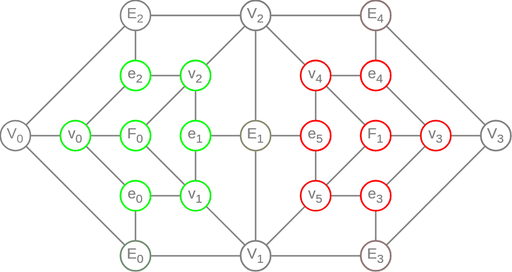
Earlier version of the draw.io export wiki/MeshGraphSharedGraphFull.svg (YoanWithY/kayo). Source tidied: cells renumbered, new cells last; positions are measured from the earlier drawing's top-left corner, leaving out a move shared by most shapes.
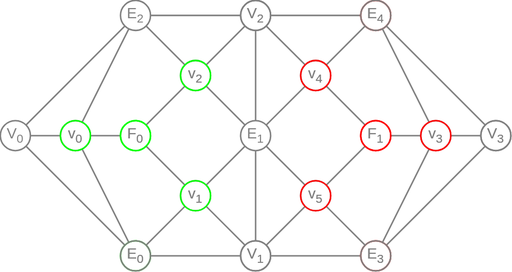
Later version of the same file.

Diff of the diagram source:
```diff
@@ -14,30 +14,21 @@
     <mxCell id="5" value="F&lt;sub style=&quot;&quot;&gt;&lt;font style=&quot;font-size: 8px;&quot;&gt;0&lt;/font&gt;&lt;/sub&gt;" style="ellipse;whiteSpace=wrap;html=1;fontSize=10;fillColor=none;strokeColor=#00FF00;fontColor=#808080;" parent="1" vertex="1">
       <mxGeometry x="80" y="80" width="20" height="20" as="geometry" />
     </mxCell>
-    <mxCell id="6" style="edgeStyle=none;shape=connector;rounded=0;html=1;labelBackgroundColor=default;strokeColor=#808080;fontFamily=Helvetica;fontSize=8;fontColor=#808080;endArrow=none;endFill=0;" parent="1" edge="1" source="9" target="54">
+    <mxCell id="6" style="edgeStyle=none;shape=connector;rounded=0;html=1;labelBackgroundColor=default;strokeColor=#808080;fontFamily=Helvetica;fontSize=8;fontColor=#808080;endArrow=none;endFill=0;" parent="1" edge="1" source="65" target="69">
       <mxGeometry relative="1" as="geometry" />
     </mxCell>
-    <mxCell id="7" style="edgeStyle=none;shape=connector;rounded=0;html=1;labelBackgroundColor=default;strokeColor=#808080;fontFamily=Helvetica;fontSize=8;fontColor=#808080;endArrow=none;endFill=0;" parent="1" edge="1" source="9" target="20">
+    <mxCell id="7" style="edgeStyle=none;shape=connector;rounded=0;html=1;labelBackgroundColor=default;strokeColor=#808080;fontFamily=Helvetica;fontSize=8;fontColor=#808080;endArrow=none;endFill=0;" parent="1" edge="1" source="65" target="20">
       <mxGeometry relative="1" as="geometry" />
     </mxCell>
-    <mxCell id="8" style="edgeStyle=none;shape=connector;rounded=0;html=1;labelBackgroundColor=default;strokeColor=#808080;fontFamily=Helvetica;fontSize=8;fontColor=#808080;endArrow=none;endFill=0;" parent="1" edge="1" source="9" target="17">
+    <mxCell id="8" style="edgeStyle=none;shape=connector;rounded=0;html=1;labelBackgroundColor=default;strokeColor=#808080;fontFamily=Helvetica;fontSize=8;fontColor=#808080;endArrow=none;endFill=0;" parent="1" edge="1" source="65" target="17">
       <mxGeometry relative="1" as="geometry" />
     </mxCell>
-    <mxCell id="9" value="E&lt;sub style=&quot;&quot;&gt;&lt;font style=&quot;font-size: 8px;&quot;&gt;1&lt;/font&gt;&lt;/sub&gt;" style="ellipse;whiteSpace=wrap;html=1;fontSize=10;fillColor=none;strokeColor=#FFFF00;fontColor=#808080;" parent="1" vertex="1">
-      <mxGeometry x="160" y="80" width="20" height="20" as="geometry" />
-    </mxCell>
-    <mxCell id="10" style="edgeStyle=none;shape=connector;rounded=0;html=1;labelBackgroundColor=default;strokeColor=#808080;fontFamily=Helvetica;fontSize=8;fontColor=#808080;endArrow=none;endFill=0;" parent="1" edge="1" source="13" target="64">
-      <mxGeometry relative="1" as="geometry" />
-    </mxCell>
-    <mxCell id="11" style="edgeStyle=none;shape=connector;rounded=0;html=1;labelBackgroundColor=default;strokeColor=#808080;fontFamily=Helvetica;fontSize=8;fontColor=#808080;endArrow=none;endFill=0;" parent="1" edge="1" source="13" target="56">
+    <mxCell id="11" style="edgeStyle=none;shape=connector;rounded=0;html=1;labelBackgroundColor=default;strokeColor=#808080;fontFamily=Helvetica;fontSize=8;fontColor=#808080;endArrow=none;endFill=0;" parent="1" edge="1" source="64" target="56">
       <mxGeometry relative="1" as="geometry" />
     </mxCell>
-    <mxCell id="12" style="edgeStyle=none;shape=connector;rounded=0;html=1;labelBackgroundColor=default;strokeColor=#808080;fontFamily=Helvetica;fontSize=8;fontColor=#808080;endArrow=none;endFill=0;" parent="1" edge="1" source="13" target="58">
+    <mxCell id="12" style="edgeStyle=none;shape=connector;rounded=0;html=1;labelBackgroundColor=default;strokeColor=#808080;fontFamily=Helvetica;fontSize=8;fontColor=#808080;endArrow=none;endFill=0;" parent="1" edge="1" source="64" target="58">
       <mxGeometry relative="1" as="geometry" />
     </mxCell>
-    <mxCell id="13" value="e&lt;sub style=&quot;&quot;&gt;&lt;font style=&quot;font-size: 8px;&quot;&gt;2&lt;/font&gt;&lt;/sub&gt;" style="ellipse;whiteSpace=wrap;html=1;fontSize=10;fillColor=none;strokeColor=#00FF00;fontColor=#808080;" parent="1" vertex="1">
-      <mxGeometry x="80" y="40" width="20" height="20" as="geometry" />
-    </mxCell>
     <mxCell id="14" style="edgeStyle=none;shape=connector;rounded=0;html=1;labelBackgroundColor=default;strokeColor=#808080;fontFamily=Helvetica;fontSize=8;fontColor=#808080;endArrow=none;endFill=0;" parent="1" edge="1" source="17" target="57">
       <mxGeometry relative="1" as="geometry" />
     </mxCell>
@@ -59,9 +50,6 @@
     <mxCell id="20" value="V&lt;sub style=&quot;&quot;&gt;&lt;font style=&quot;font-size: 8px;&quot;&gt;2&lt;/font&gt;&lt;/sub&gt;" style="ellipse;whiteSpace=wrap;html=1;fontSize=10;fillColor=none;strokeColor=#808080;fontColor=#808080;" parent="1" vertex="1">
       <mxGeometry x="160" width="20" height="20" as="geometry" />
     </mxCell>
-    <mxCell id="21" style="edgeStyle=none;shape=connector;rounded=0;html=1;labelBackgroundColor=default;strokeColor=#808080;fontFamily=Helvetica;fontSize=8;fontColor=#808080;endArrow=none;endFill=0;startArrow=none;" parent="1" edge="1" source="48" target="28">
-      <mxGeometry relative="1" as="geometry" />
-    </mxCell>
     <mxCell id="22" style="edgeStyle=none;shape=connector;rounded=1;html=1;labelBackgroundColor=default;strokeColor=#808080;fontFamily=Helvetica;fontSize=11;fontColor=default;startArrow=none;startFill=0;endArrow=none;endFill=0;" parent="1" edge="1" source="25" target="61">
       <mxGeometry relative="1" as="geometry" />
     </mxCell>
@@ -74,9 +62,6 @@
     <mxCell id="25" value="F&lt;sub style=&quot;&quot;&gt;&lt;font style=&quot;font-size: 8px;&quot;&gt;1&lt;/font&gt;&lt;/sub&gt;" style="ellipse;whiteSpace=wrap;html=1;fontSize=10;fillColor=none;strokeColor=#FF0000;fontColor=#808080;" parent="1" vertex="1">
       <mxGeometry x="240" y="80" width="20" height="20" as="geometry" />
     </mxCell>
-    <mxCell id="26" style="edgeStyle=none;shape=connector;rounded=0;html=1;labelBackgroundColor=default;strokeColor=#808080;fontFamily=Helvetica;fontSize=8;fontColor=#808080;endArrow=none;endFill=0;startArrow=none;" parent="1" edge="1" source="51" target="30">
-      <mxGeometry relative="1" as="geometry" />
-    </mxCell>
     <mxCell id="27" style="edgeStyle=none;shape=connector;rounded=0;html=1;labelBackgroundColor=default;strokeColor=#808080;fontFamily=Helvetica;fontSize=8;fontColor=#808080;endArrow=none;endFill=0;" parent="1" edge="1" source="28" target="32">
       <mxGeometry relative="1" as="geometry" />
     </mxCell>
@@ -95,30 +80,18 @@
     <mxCell id="32" value="V&lt;sub style=&quot;&quot;&gt;&lt;font style=&quot;font-size: 8px;&quot;&gt;3&lt;/font&gt;&lt;/sub&gt;" style="ellipse;whiteSpace=wrap;html=1;fontSize=10;fillColor=none;strokeColor=#808080;fontColor=#808080;" parent="1" vertex="1">
       <mxGeometry x="320" y="80" width="20" height="20" as="geometry" />
     </mxCell>
-    <mxCell id="33" style="edgeStyle=none;shape=connector;rounded=0;html=1;labelBackgroundColor=default;strokeColor=#808080;fontFamily=Helvetica;fontSize=8;fontColor=#808080;endArrow=none;endFill=0;" parent="1" edge="1" source="36" target="43">
-      <mxGeometry relative="1" as="geometry" />
-    </mxCell>
-    <mxCell id="34" style="edgeStyle=none;shape=connector;rounded=0;html=1;labelBackgroundColor=default;strokeColor=#808080;fontFamily=Helvetica;fontSize=8;fontColor=#808080;endArrow=none;endFill=0;" parent="1" edge="1" source="36" target="56">
+    <mxCell id="34" style="edgeStyle=none;shape=connector;rounded=0;html=1;labelBackgroundColor=default;strokeColor=#808080;fontFamily=Helvetica;fontSize=8;fontColor=#808080;endArrow=none;endFill=0;" parent="1" edge="1" source="82" target="56">
       <mxGeometry relative="1" as="geometry" />
     </mxCell>
-    <mxCell id="35" style="edgeStyle=none;shape=connector;rounded=0;html=1;labelBackgroundColor=default;strokeColor=#808080;fontFamily=Helvetica;fontSize=8;fontColor=#808080;endArrow=none;endFill=0;" parent="1" edge="1" source="36" target="57">
+    <mxCell id="35" style="edgeStyle=none;shape=connector;rounded=0;html=1;labelBackgroundColor=default;strokeColor=#808080;fontFamily=Helvetica;fontSize=8;fontColor=#808080;endArrow=none;endFill=0;" parent="1" edge="1" source="82" target="57">
       <mxGeometry relative="1" as="geometry" />
     </mxCell>
-    <mxCell id="36" value="e&lt;sub style=&quot;&quot;&gt;&lt;font style=&quot;font-size: 8px;&quot;&gt;0&lt;/font&gt;&lt;/sub&gt;" style="ellipse;whiteSpace=wrap;html=1;fontSize=10;fillColor=none;strokeColor=#00FF00;fontColor=#808080;" parent="1" vertex="1">
-      <mxGeometry x="80" y="120" width="20" height="20" as="geometry" />
-    </mxCell>
-    <mxCell id="37" style="edgeStyle=none;shape=connector;rounded=0;html=1;labelBackgroundColor=default;strokeColor=#808080;fontFamily=Helvetica;fontSize=8;fontColor=#808080;endArrow=none;endFill=0;" parent="1" edge="1" source="40" target="57">
+    <mxCell id="37" style="edgeStyle=none;shape=connector;rounded=0;html=1;labelBackgroundColor=default;strokeColor=#808080;fontFamily=Helvetica;fontSize=8;fontColor=#808080;endArrow=none;endFill=0;" parent="1" edge="1" source="65" target="57">
       <mxGeometry relative="1" as="geometry" />
     </mxCell>
-    <mxCell id="38" style="edgeStyle=none;shape=connector;rounded=0;html=1;labelBackgroundColor=default;strokeColor=#808080;fontFamily=Helvetica;fontSize=8;fontColor=#808080;endArrow=none;endFill=0;" parent="1" edge="1" source="40" target="58">
-      <mxGeometry relative="1" as="geometry" />
-    </mxCell>
-    <mxCell id="39" style="edgeStyle=none;shape=connector;rounded=1;html=1;entryX=0;entryY=0.5;entryDx=0;entryDy=0;labelBackgroundColor=default;strokeColor=#808080;fontFamily=Helvetica;fontSize=11;fontColor=default;startArrow=none;startFill=0;endArrow=none;endFill=0;" parent="1" edge="1" source="40" target="9">
+    <mxCell id="39" style="edgeStyle=none;shape=connector;rounded=1;html=1;labelBackgroundColor=default;strokeColor=#808080;fontFamily=Helvetica;fontSize=11;fontColor=default;startArrow=none;startFill=0;endArrow=none;endFill=0;" parent="1" edge="1" source="67" target="65">
       <mxGeometry relative="1" as="geometry" />
     </mxCell>
-    <mxCell id="40" value="e&lt;sub style=&quot;&quot;&gt;&lt;font style=&quot;font-size: 8px;&quot;&gt;1&lt;/font&gt;&lt;/sub&gt;" style="ellipse;whiteSpace=wrap;html=1;fontSize=10;fillColor=none;strokeColor=#00FF00;fontColor=#808080;" parent="1" vertex="1">
-      <mxGeometry x="120" y="80" width="20" height="20" as="geometry" />
-    </mxCell>
     <mxCell id="41" style="edgeStyle=none;shape=connector;rounded=0;html=1;labelBackgroundColor=default;strokeColor=#808080;fontFamily=Helvetica;fontSize=8;fontColor=#808080;endArrow=none;endFill=0;" parent="1" edge="1" source="43" target="17">
       <mxGeometry relative="1" as="geometry" />
     </mxCell>
@@ -134,33 +107,21 @@
     <mxCell id="45" style="edgeStyle=none;shape=connector;rounded=0;html=1;labelBackgroundColor=default;strokeColor=#808080;fontFamily=Helvetica;fontSize=8;fontColor=#808080;endArrow=none;endFill=0;" parent="1" edge="1" source="64" target="20">
       <mxGeometry relative="1" as="geometry" />
     </mxCell>
-    <mxCell id="46" style="edgeStyle=none;shape=connector;rounded=0;html=1;labelBackgroundColor=default;strokeColor=#808080;fontFamily=Helvetica;fontSize=8;fontColor=#808080;endArrow=none;endFill=0;" parent="1" edge="1" source="48" target="60">
+    <mxCell id="46" style="edgeStyle=none;shape=connector;rounded=0;html=1;labelBackgroundColor=default;strokeColor=#808080;fontFamily=Helvetica;fontSize=8;fontColor=#808080;endArrow=none;endFill=0;" parent="1" edge="1" source="79" target="60">
       <mxGeometry relative="1" as="geometry" />
     </mxCell>
-    <mxCell id="47" style="edgeStyle=none;shape=connector;rounded=0;html=1;labelBackgroundColor=default;strokeColor=#808080;fontFamily=Helvetica;fontSize=8;fontColor=#808080;endArrow=none;endFill=0;" parent="1" edge="1" source="48" target="62">
+    <mxCell id="47" style="edgeStyle=none;shape=connector;rounded=0;html=1;labelBackgroundColor=default;strokeColor=#808080;fontFamily=Helvetica;fontSize=8;fontColor=#808080;endArrow=none;endFill=0;" parent="1" edge="1" source="79" target="62">
       <mxGeometry relative="1" as="geometry" />
     </mxCell>
-    <mxCell id="48" value="e&lt;sub style=&quot;&quot;&gt;&lt;font style=&quot;font-size: 8px;&quot;&gt;3&lt;/font&gt;&lt;/sub&gt;" style="ellipse;whiteSpace=wrap;html=1;fontSize=10;fillColor=none;strokeColor=#FF0000;fontColor=#808080;" parent="1" vertex="1">
-      <mxGeometry x="240" y="120" width="20" height="20" as="geometry" />
-    </mxCell>
-    <mxCell id="49" style="edgeStyle=none;shape=connector;rounded=0;html=1;labelBackgroundColor=default;strokeColor=#808080;fontFamily=Helvetica;fontSize=8;fontColor=#808080;endArrow=none;endFill=0;" parent="1" edge="1" source="51" target="60">
+    <mxCell id="49" style="edgeStyle=none;shape=connector;rounded=0;html=1;labelBackgroundColor=default;strokeColor=#808080;fontFamily=Helvetica;fontSize=8;fontColor=#808080;endArrow=none;endFill=0;" parent="1" edge="1" source="73" target="60">
       <mxGeometry relative="1" as="geometry" />
     </mxCell>
-    <mxCell id="50" style="edgeStyle=none;shape=connector;rounded=0;html=1;labelBackgroundColor=default;strokeColor=#808080;fontFamily=Helvetica;fontSize=8;fontColor=#808080;endArrow=none;endFill=0;" parent="1" edge="1" source="51" target="61">
+    <mxCell id="50" style="edgeStyle=none;shape=connector;rounded=0;html=1;labelBackgroundColor=default;strokeColor=#808080;fontFamily=Helvetica;fontSize=8;fontColor=#808080;endArrow=none;endFill=0;" parent="1" edge="1" source="73" target="61">
       <mxGeometry relative="1" as="geometry" />
     </mxCell>
-    <mxCell id="51" value="e&lt;sub style=&quot;&quot;&gt;&lt;font style=&quot;font-size: 8px;&quot;&gt;4&lt;/font&gt;&lt;/sub&gt;" style="ellipse;whiteSpace=wrap;html=1;fontSize=10;fillColor=none;strokeColor=#FF0000;fontColor=#808080;" parent="1" vertex="1">
-      <mxGeometry x="240" y="40" width="20" height="20" as="geometry" />
-    </mxCell>
-    <mxCell id="52" style="edgeStyle=none;shape=connector;rounded=0;html=1;labelBackgroundColor=default;strokeColor=#808080;fontFamily=Helvetica;fontSize=8;fontColor=#808080;endArrow=none;endFill=0;" parent="1" edge="1" source="54" target="62">
+    <mxCell id="52" style="edgeStyle=none;shape=connector;rounded=0;html=1;labelBackgroundColor=default;strokeColor=#808080;fontFamily=Helvetica;fontSize=8;fontColor=#808080;endArrow=none;endFill=0;" parent="1" edge="1" source="65" target="62">
       <mxGeometry relative="1" as="geometry" />
     </mxCell>
-    <mxCell id="53" style="edgeStyle=none;shape=connector;rounded=0;html=1;labelBackgroundColor=default;strokeColor=#808080;fontFamily=Helvetica;fontSize=8;fontColor=#808080;endArrow=none;endFill=0;" parent="1" edge="1" source="54" target="61">
-      <mxGeometry relative="1" as="geometry" />
-    </mxCell>
-    <mxCell id="54" value="e&lt;sub style=&quot;&quot;&gt;&lt;font style=&quot;font-size: 8px;&quot;&gt;5&lt;/font&gt;&lt;/sub&gt;" style="ellipse;whiteSpace=wrap;html=1;fontSize=10;fillColor=none;strokeColor=#FF0000;fontColor=#808080;" parent="1" vertex="1">
-      <mxGeometry x="200" y="80" width="20" height="20" as="geometry" />
-    </mxCell>
     <mxCell id="55" style="edgeStyle=none;shape=connector;rounded=0;html=1;labelBackgroundColor=default;strokeColor=#808080;fontFamily=Helvetica;fontSize=8;fontColor=#808080;endArrow=none;endFill=0;" parent="1" edge="1" source="56" target="63">
       <mxGeometry relative="1" as="geometry" />
     </mxCell>
@@ -194,9 +155,6 @@
     <mxCell id="65" value="E&lt;sub style=&quot;&quot;&gt;&lt;font style=&quot;font-size: 8px;&quot;&gt;1&lt;/font&gt;&lt;/sub&gt;" style="ellipse;whiteSpace=wrap;html=1;fontSize=10;fillColor=none;strokeColor=#808080;fontColor=#808080;" parent="1" vertex="1">
       <mxGeometry x="160" y="80" width="20" height="20" as="geometry" />
     </mxCell>
-    <mxCell id="66" value="e&lt;sub style=&quot;&quot;&gt;&lt;font style=&quot;font-size: 8px;&quot;&gt;1&lt;/font&gt;&lt;/sub&gt;" style="ellipse;whiteSpace=wrap;html=1;fontSize=10;fillColor=none;strokeColor=#00FF00;fontColor=#808080;" parent="1" vertex="1">
-      <mxGeometry x="120" y="80" width="20" height="20" as="geometry" />
-    </mxCell>
     <mxCell id="67" value="v&lt;sub style=&quot;&quot;&gt;&lt;font style=&quot;font-size: 8px;&quot;&gt;2&lt;/font&gt;&lt;/sub&gt;" style="ellipse;whiteSpace=wrap;html=1;fontSize=10;fillColor=none;strokeColor=#00FF00;fontColor=#808080;" parent="1" vertex="1">
       <mxGeometry x="120" y="40" width="20" height="20" as="geometry" />
     </mxCell>
@@ -206,15 +164,9 @@
     <mxCell id="69" value="v&lt;sub style=&quot;&quot;&gt;&lt;font style=&quot;font-size: 8px;&quot;&gt;4&lt;/font&gt;&lt;/sub&gt;" style="ellipse;whiteSpace=wrap;html=1;fontSize=10;fillColor=none;strokeColor=#FF0000;fontColor=#808080;" parent="1" vertex="1">
       <mxGeometry x="200" y="40" width="20" height="20" as="geometry" />
     </mxCell>
-    <mxCell id="70" value="e&lt;sub style=&quot;&quot;&gt;&lt;font style=&quot;font-size: 8px;&quot;&gt;5&lt;/font&gt;&lt;/sub&gt;" style="ellipse;whiteSpace=wrap;html=1;fontSize=10;fillColor=none;strokeColor=#FF0000;fontColor=#808080;" parent="1" vertex="1">
-      <mxGeometry x="200" y="80" width="20" height="20" as="geometry" />
-    </mxCell>
     <mxCell id="71" value="F&lt;sub style=&quot;&quot;&gt;&lt;font style=&quot;font-size: 8px;&quot;&gt;1&lt;/font&gt;&lt;/sub&gt;" style="ellipse;whiteSpace=wrap;html=1;fontSize=10;fillColor=none;strokeColor=#FF0000;fontColor=#808080;" parent="1" vertex="1">
       <mxGeometry x="240" y="80" width="20" height="20" as="geometry" />
     </mxCell>
-    <mxCell id="72" value="e&lt;sub style=&quot;&quot;&gt;&lt;font style=&quot;font-size: 8px;&quot;&gt;4&lt;/font&gt;&lt;/sub&gt;" style="ellipse;whiteSpace=wrap;html=1;fontSize=10;fillColor=none;strokeColor=#FF0000;fontColor=#808080;" parent="1" vertex="1">
-      <mxGeometry x="240" y="40" width="20" height="20" as="geometry" />
-    </mxCell>
     <mxCell id="73" value="E&lt;sub style=&quot;&quot;&gt;&lt;font style=&quot;font-size: 8px;&quot;&gt;4&lt;/font&gt;&lt;/sub&gt;" style="ellipse;whiteSpace=wrap;html=1;fontSize=10;fillColor=none;strokeColor=#808080;fontColor=#808080;" parent="1" vertex="1">
       <mxGeometry x="240" width="20" height="20" as="geometry" />
     </mxCell>
@@ -224,9 +176,6 @@
     <mxCell id="75" value="V&lt;sub style=&quot;&quot;&gt;&lt;font style=&quot;font-size: 8px;&quot;&gt;3&lt;/font&gt;&lt;/sub&gt;" style="ellipse;whiteSpace=wrap;html=1;fontSize=10;fillColor=none;strokeColor=#808080;fontColor=#808080;" parent="1" vertex="1">
       <mxGeometry x="320" y="80" width="20" height="20" as="geometry" />
     </mxCell>
-    <mxCell id="76" value="e&lt;sub style=&quot;&quot;&gt;&lt;font style=&quot;font-size: 8px;&quot;&gt;3&lt;/font&gt;&lt;/sub&gt;" style="ellipse;whiteSpace=wrap;html=1;fontSize=10;fillColor=none;strokeColor=#FF0000;fontColor=#808080;" parent="1" vertex="1">
-      <mxGeometry x="240" y="120" width="20" height="20" as="geometry" />
-    </mxCell>
     <mxCell id="77" value="v&lt;sub style=&quot;&quot;&gt;&lt;font style=&quot;font-size: 8px;&quot;&gt;5&lt;/font&gt;&lt;/sub&gt;" style="ellipse;whiteSpace=wrap;html=1;fontSize=10;fillColor=none;strokeColor=#FF0000;fontColor=#808080;" parent="1" vertex="1">
       <mxGeometry x="200" y="120" width="20" height="20" as="geometry" />
     </mxCell>
@@ -236,9 +185,6 @@
     <mxCell id="79" value="E&lt;sub style=&quot;&quot;&gt;&lt;font style=&quot;font-size: 8px;&quot;&gt;3&lt;/font&gt;&lt;/sub&gt;" style="ellipse;whiteSpace=wrap;html=1;fontSize=10;fillColor=none;strokeColor=#808080;fontColor=#808080;" parent="1" vertex="1">
       <mxGeometry x="240" y="160" width="20" height="20" as="geometry" />
     </mxCell>
-    <mxCell id="80" value="e&lt;sub style=&quot;&quot;&gt;&lt;font style=&quot;font-size: 8px;&quot;&gt;0&lt;/font&gt;&lt;/sub&gt;" style="ellipse;whiteSpace=wrap;html=1;fontSize=10;fillColor=none;strokeColor=#00FF00;fontColor=#808080;" parent="1" vertex="1">
-      <mxGeometry x="80" y="120" width="20" height="20" as="geometry" />
-    </mxCell>
     <mxCell id="81" value="v&lt;sub style=&quot;&quot;&gt;&lt;font style=&quot;font-size: 8px;&quot;&gt;1&lt;/font&gt;&lt;/sub&gt;" style="ellipse;whiteSpace=wrap;html=1;fontSize=10;fillColor=none;strokeColor=#00FF00;fontColor=#808080;" parent="1" vertex="1">
       <mxGeometry x="120" y="120" width="20" height="20" as="geometry" />
     </mxCell>
@@ -251,8 +197,5 @@
     <mxCell id="84" value="v&lt;sub style=&quot;&quot;&gt;&lt;font style=&quot;font-size: 8px;&quot;&gt;0&lt;/font&gt;&lt;/sub&gt;" style="ellipse;whiteSpace=wrap;html=1;fontSize=10;fillColor=none;strokeColor=#00FF00;fontColor=#808080;" parent="1" vertex="1">
       <mxGeometry x="40" y="80" width="20" height="20" as="geometry" />
     </mxCell>
-    <mxCell id="85" value="e&lt;sub style=&quot;&quot;&gt;&lt;font style=&quot;font-size: 8px;&quot;&gt;2&lt;/font&gt;&lt;/sub&gt;" style="ellipse;whiteSpace=wrap;html=1;fontSize=10;fillColor=none;strokeColor=#00FF00;fontColor=#808080;" parent="1" vertex="1">
-      <mxGeometry x="80" y="40" width="20" height="20" as="geometry" />
-    </mxCell>
   </root>
 </mxGraphModel>
```
